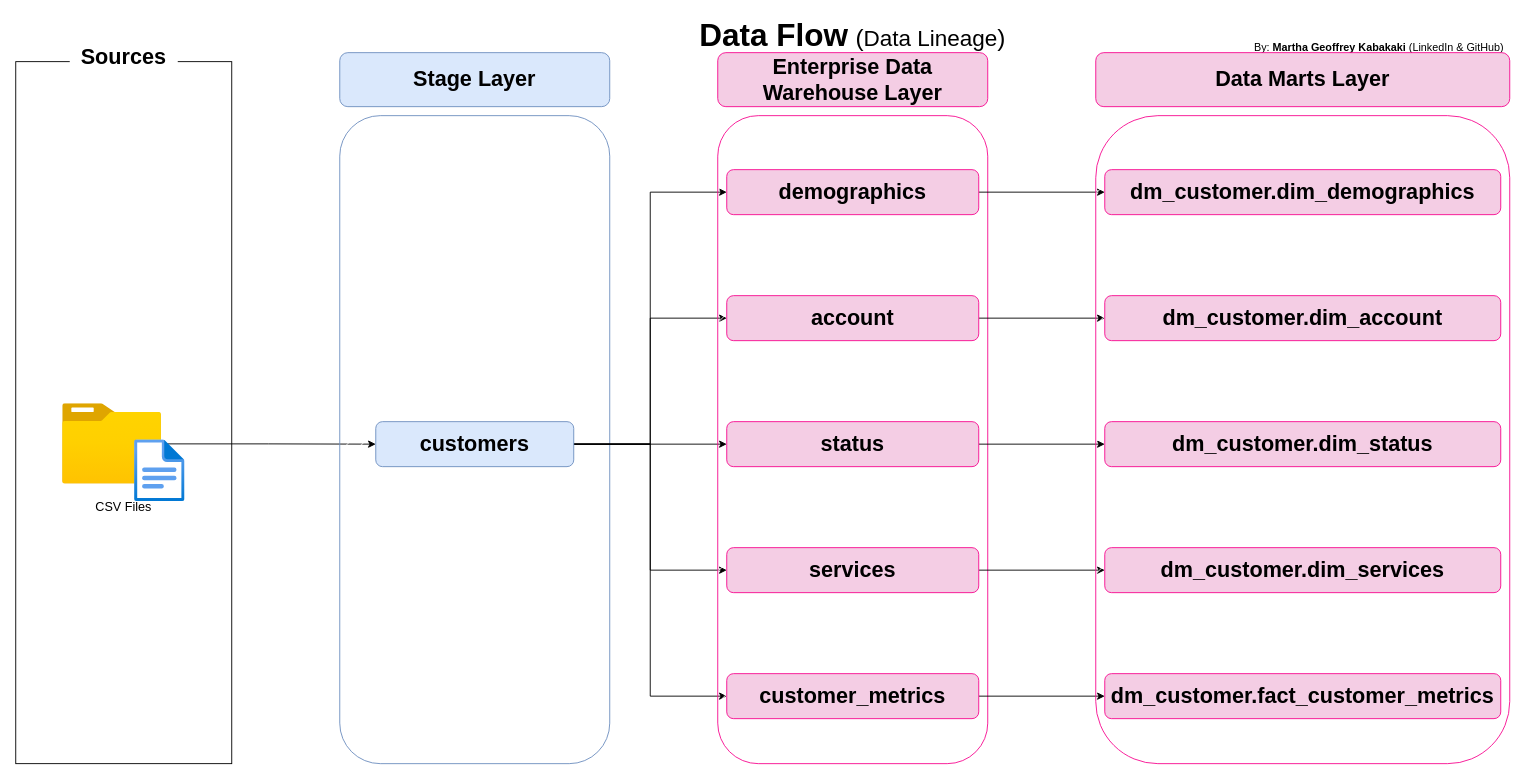
This is Data Engineer Projects/SQL Customer Data Warehouse - Inmon Architecture/docs/docs/Data Flow.drawio from marthag0311/Projects, a draw.io file, before an edit. Source tidied: cells renumbered, new cells numbered last; positions are measured from the earlier drawing's top-left corner, leaving out a move shared by most shapes. Both pictures are drawn from the tidied source at 90%, with x=0, y=0 at pixel (15, 16).
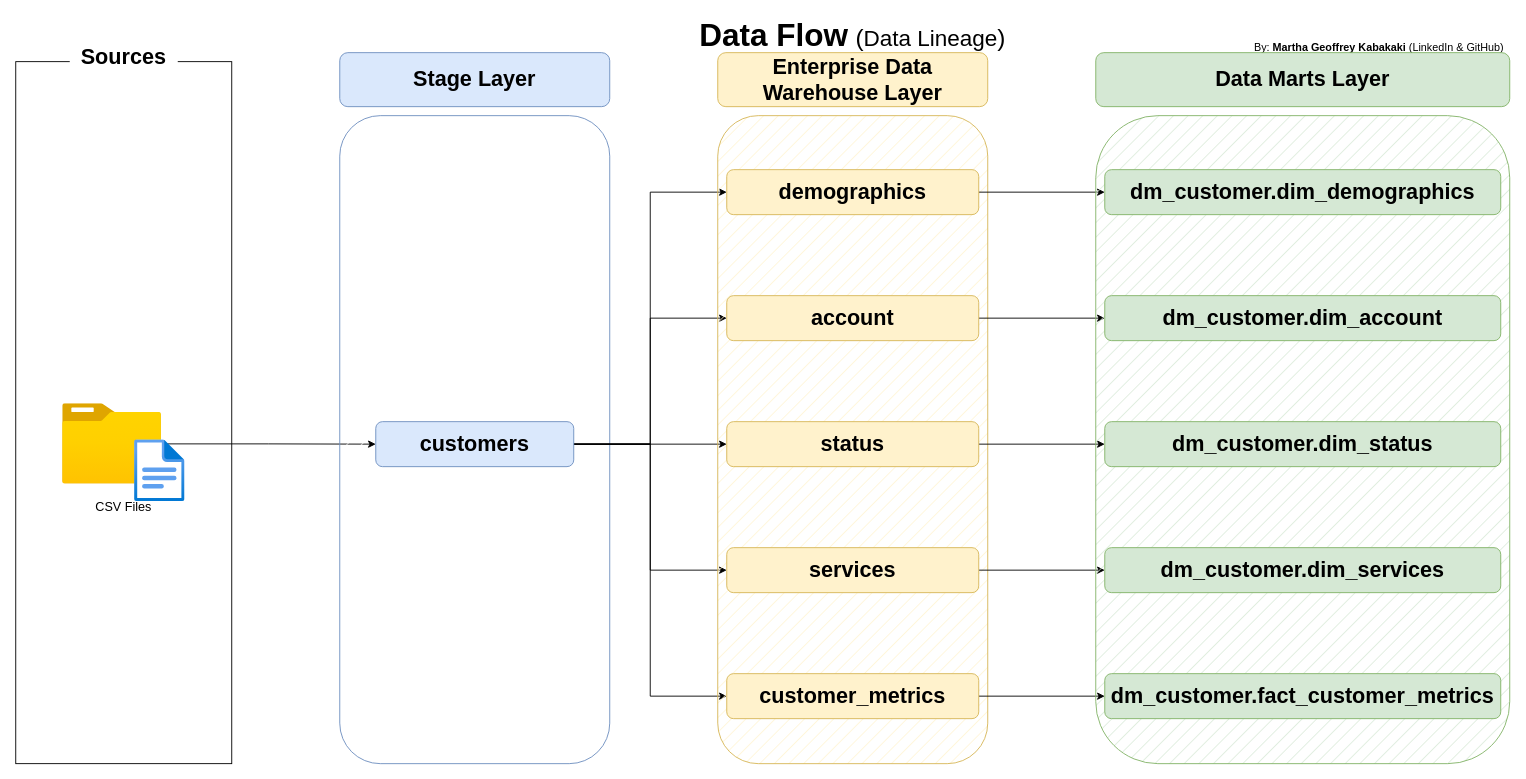
Above is the later version.

What changed in the source:
```diff
@@
-    <mxCell id="16" style="rounded=1;whiteSpace=wrap;html=1;fillStyle=hatch;strokeColor=#f80990;" parent="1" vertex="1">
+    <mxCell id="16" style="rounded=1;whiteSpace=wrap;html=1;fillStyle=hatch;strokeColor=#d6b656;fillColor=#fff2cc;" parent="1" vertex="1">
       <mxGeometry x="780" y="110" width="300" height="720" as="geometry" />
     </mxCell>
-    <mxCell id="17" value="&lt;font style=&quot;font-size: 24px;&quot;&gt;&lt;b&gt;Enterprise Data Warehouse Layer&lt;/b&gt;&lt;/font&gt;" style="rounded=1;whiteSpace=wrap;html=1;fillColor=#f4cde4;strokeColor=#f80990;" parent="1" vertex="1">
+    <mxCell id="17" value="&lt;font style=&quot;font-size: 24px;&quot;&gt;&lt;b&gt;Enterprise Data Warehouse Layer&lt;/b&gt;&lt;/font&gt;" style="rounded=1;whiteSpace=wrap;html=1;fillColor=#fff2cc;strokeColor=#d6b656;" parent="1" vertex="1">
       <mxGeometry x="780" y="40" width="300" height="60" as="geometry" />
     </mxCell>
@@
-    <mxCell id="19" value="&lt;font style=&quot;font-size: 24px;&quot;&gt;&lt;b&gt;demographics&lt;/b&gt;&lt;/font&gt;" style="rounded=1;whiteSpace=wrap;html=1;fillColor=#f4cde4;strokeColor=#f80990;" parent="1" vertex="1">
+    <mxCell id="19" value="&lt;font style=&quot;font-size: 24px;&quot;&gt;&lt;b&gt;demographics&lt;/b&gt;&lt;/font&gt;" style="rounded=1;whiteSpace=wrap;html=1;fillColor=#fff2cc;strokeColor=#d6b656;" parent="1" vertex="1">
       <mxGeometry x="790" y="170" width="280" height="50" as="geometry" />
     </mxCell>
@@
-    <mxCell id="21" value="&lt;span style=&quot;font-size: 24px;&quot;&gt;&lt;b&gt;account&lt;/b&gt;&lt;/span&gt;" style="rounded=1;whiteSpace=wrap;html=1;fillColor=#f4cde4;strokeColor=#f80990;" parent="1" vertex="1">
+    <mxCell id="21" value="&lt;span style=&quot;font-size: 24px;&quot;&gt;&lt;b&gt;account&lt;/b&gt;&lt;/span&gt;" style="rounded=1;whiteSpace=wrap;html=1;fillColor=#fff2cc;strokeColor=#d6b656;" parent="1" vertex="1">
       <mxGeometry x="790" y="310" width="280" height="50" as="geometry" />
     </mxCell>
@@
-    <mxCell id="25" value="&lt;font style=&quot;font-size: 24px;&quot;&gt;&lt;b&gt;status&lt;/b&gt;&lt;/font&gt;" style="rounded=1;whiteSpace=wrap;html=1;fillColor=#f4cde4;strokeColor=#f80990;" parent="1" vertex="1">
+    <mxCell id="25" value="&lt;font style=&quot;font-size: 24px;&quot;&gt;&lt;b&gt;status&lt;/b&gt;&lt;/font&gt;" style="rounded=1;whiteSpace=wrap;html=1;fillColor=#fff2cc;strokeColor=#d6b656;" parent="1" vertex="1">
       <mxGeometry x="790" y="450" width="280" height="50" as="geometry" />
     </mxCell>
@@
-    <mxCell id="27" value="&lt;span style=&quot;font-size: 24px;&quot;&gt;&lt;b&gt;services&lt;/b&gt;&lt;/span&gt;" style="rounded=1;whiteSpace=wrap;html=1;fillColor=#f4cde4;strokeColor=#f80990;" parent="1" vertex="1">
+    <mxCell id="27" value="&lt;span style=&quot;font-size: 24px;&quot;&gt;&lt;b&gt;services&lt;/b&gt;&lt;/span&gt;" style="rounded=1;whiteSpace=wrap;html=1;fillColor=#fff2cc;strokeColor=#d6b656;" parent="1" vertex="1">
       <mxGeometry x="790" y="590" width="280" height="50" as="geometry" />
     </mxCell>
@@
-    <mxCell id="29" value="&lt;span style=&quot;font-size: 24px;&quot;&gt;&lt;b&gt;customer_metrics&lt;/b&gt;&lt;/span&gt;" style="rounded=1;whiteSpace=wrap;html=1;fillColor=#f4cde4;strokeColor=#f80990;" parent="1" vertex="1">
+    <mxCell id="29" value="&lt;span style=&quot;font-size: 24px;&quot;&gt;&lt;b&gt;customer_metrics&lt;/b&gt;&lt;/span&gt;" style="rounded=1;whiteSpace=wrap;html=1;fillColor=#fff2cc;strokeColor=#d6b656;" parent="1" vertex="1">
       <mxGeometry x="790" y="730" width="280" height="50" as="geometry" />
     </mxCell>
-    <mxCell id="30" style="rounded=1;whiteSpace=wrap;html=1;fillStyle=hatch;strokeColor=#f80990;" parent="1" vertex="1">
+    <mxCell id="30" style="rounded=1;whiteSpace=wrap;html=1;fillStyle=hatch;strokeColor=#82b366;fillColor=#d5e8d4;" parent="1" vertex="1">
       <mxGeometry x="1200" y="110" width="460" height="720" as="geometry" />
     </mxCell>
-    <mxCell id="31" value="&lt;font style=&quot;font-size: 24px;&quot;&gt;&lt;b&gt;Data Marts Layer&lt;/b&gt;&lt;/font&gt;" style="rounded=1;whiteSpace=wrap;html=1;fillColor=#f4cde4;strokeColor=#f80990;" parent="1" vertex="1">
+    <mxCell id="31" value="&lt;font style=&quot;font-size: 24px;&quot;&gt;&lt;b&gt;Data Marts Layer&lt;/b&gt;&lt;/font&gt;" style="rounded=1;whiteSpace=wrap;html=1;fillColor=#d5e8d4;strokeColor=#82b366;" parent="1" vertex="1">
       <mxGeometry x="1200" y="40" width="460" height="60" as="geometry" />
     </mxCell>
-    <mxCell id="32" value="&lt;font style=&quot;font-size: 24px;&quot;&gt;&lt;b&gt;dm_customer.dim_demographics&lt;/b&gt;&lt;/font&gt;" style="rounded=1;whiteSpace=wrap;html=1;fillColor=#f4cde4;strokeColor=#f80990;" parent="1" vertex="1">
+    <mxCell id="32" value="&lt;font style=&quot;font-size: 24px;&quot;&gt;&lt;b&gt;dm_customer.dim_demographics&lt;/b&gt;&lt;/font&gt;" style="rounded=1;whiteSpace=wrap;html=1;fillColor=#d5e8d4;strokeColor=#82b366;" parent="1" vertex="1">
       <mxGeometry x="1210" y="170" width="440" height="50" as="geometry" />
     </mxCell>
-    <mxCell id="33" value="&lt;span style=&quot;font-size: 24px;&quot;&gt;&lt;b&gt;dm_customer.dim_account&lt;/b&gt;&lt;/span&gt;" style="rounded=1;whiteSpace=wrap;html=1;fillColor=#f4cde4;strokeColor=#f80990;" parent="1" vertex="1">
+    <mxCell id="33" value="&lt;span style=&quot;font-size: 24px;&quot;&gt;&lt;b&gt;dm_customer.dim_account&lt;/b&gt;&lt;/span&gt;" style="rounded=1;whiteSpace=wrap;html=1;fillColor=#d5e8d4;strokeColor=#82b366;" parent="1" vertex="1">
       <mxGeometry x="1210" y="310" width="440" height="50" as="geometry" />
     </mxCell>
-    <mxCell id="34" value="&lt;font style=&quot;font-size: 24px;&quot;&gt;&lt;b&gt;dm_customer.dim_status&lt;/b&gt;&lt;/font&gt;" style="rounded=1;whiteSpace=wrap;html=1;fillColor=#f4cde4;strokeColor=#f80990;" parent="1" vertex="1">
+    <mxCell id="34" value="&lt;font style=&quot;font-size: 24px;&quot;&gt;&lt;b&gt;dm_customer.dim_status&lt;/b&gt;&lt;/font&gt;" style="rounded=1;whiteSpace=wrap;html=1;fillColor=#d5e8d4;strokeColor=#82b366;" parent="1" vertex="1">
       <mxGeometry x="1210" y="450" width="440" height="50" as="geometry" />
     </mxCell>
-    <mxCell id="35" value="&lt;span style=&quot;font-size: 24px;&quot;&gt;&lt;b&gt;dm_customer.dim_services&lt;/b&gt;&lt;/span&gt;" style="rounded=1;whiteSpace=wrap;html=1;fillColor=#f4cde4;strokeColor=#f80990;" parent="1" vertex="1">
+    <mxCell id="35" value="&lt;span style=&quot;font-size: 24px;&quot;&gt;&lt;b&gt;dm_customer.dim_services&lt;/b&gt;&lt;/span&gt;" style="rounded=1;whiteSpace=wrap;html=1;fillColor=#d5e8d4;strokeColor=#82b366;" parent="1" vertex="1">
       <mxGeometry x="1210" y="590" width="440" height="50" as="geometry" />
     </mxCell>
-    <mxCell id="36" value="&lt;span style=&quot;font-size: 24px;&quot;&gt;&lt;b&gt;dm_customer.fact_customer_metrics&lt;/b&gt;&lt;/span&gt;" style="rounded=1;whiteSpace=wrap;html=1;fillColor=#f4cde4;strokeColor=#f80990;" parent="1" vertex="1">
+    <mxCell id="36" value="&lt;span style=&quot;font-size: 24px;&quot;&gt;&lt;b&gt;dm_customer.fact_customer_metrics&lt;/b&gt;&lt;/span&gt;" style="rounded=1;whiteSpace=wrap;html=1;fillColor=#d5e8d4;strokeColor=#82b366;" parent="1" vertex="1">
       <mxGeometry x="1210" y="730" width="440" height="50" as="geometry" />
     </mxCell>
```
